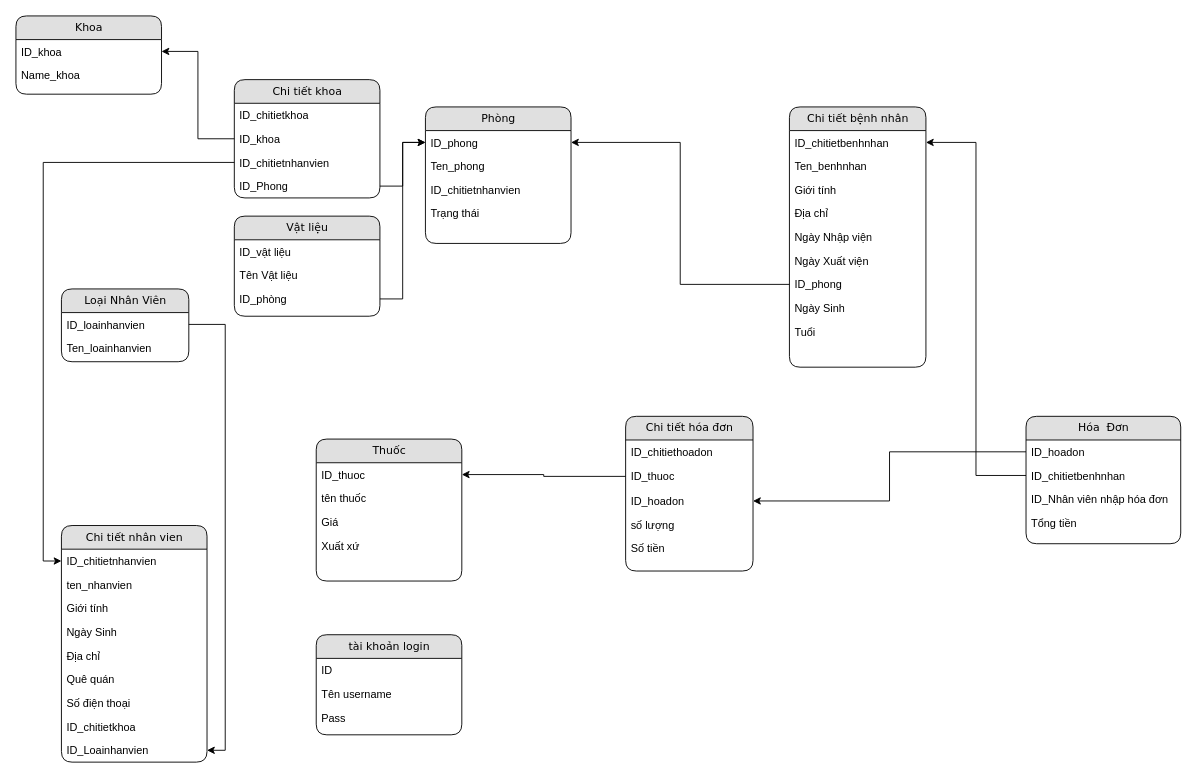
Above: Untitled Diagram.drawio in lethanhdat12/hospitalManager (draw.io), before the change. Source tidied: cells renumbered, new cells numbered last; positions are measured from the earlier drawing's top-left corner, leaving out a move shared by most shapes. Both pictures are drawn from the tidied source at 91%, with x=0, y=0 at pixel (15, 15).
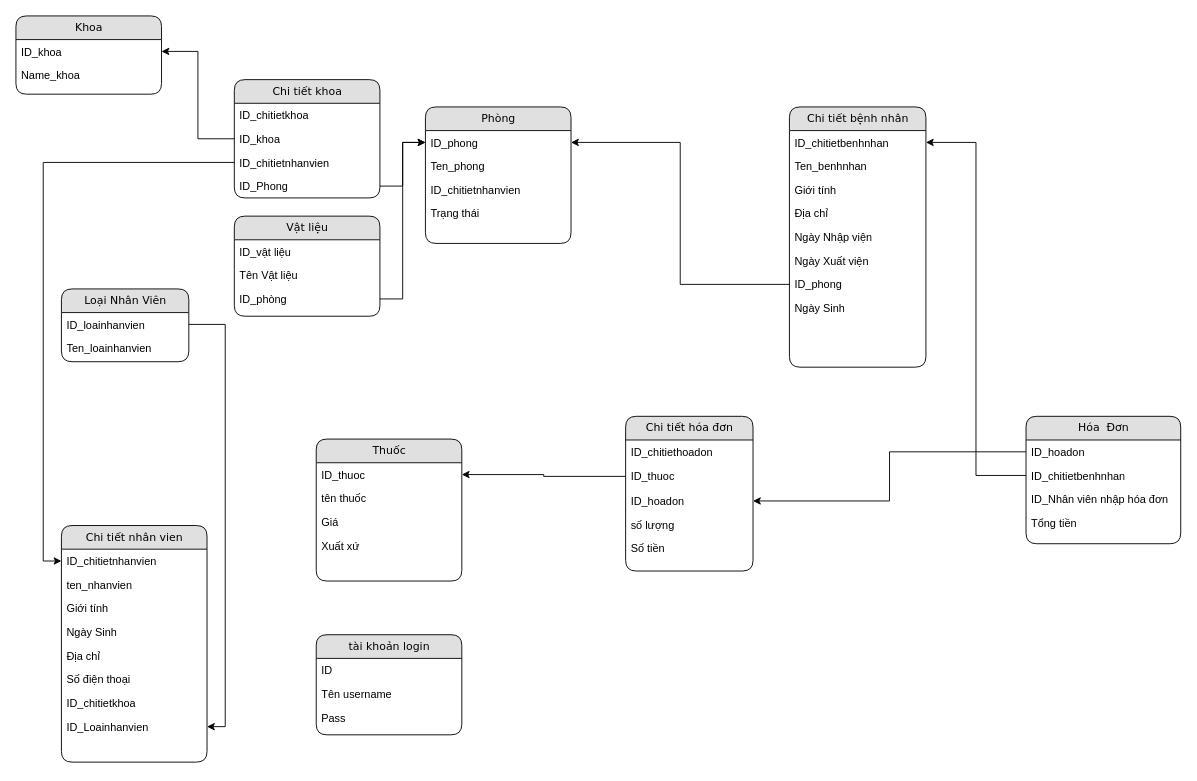
After the change.

Unchanged cells that the change refers to:
```xml
<mxCell id="15" value="Chi tiết nhân vien" style="swimlane;html=1;fontStyle=0;horizontal=1;startSize=26;fillColor=#e0e0e0;swimlaneFillColor=#ffffff;align=center;rounded=1;shadow=0;comic=0;labelBackgroundColor=none;strokeWidth=1;fontFamily=Verdana;fontSize=12;" parent="1" vertex="1">
  <mxGeometry x="50" y="560" width="160" height="260" as="geometry" />
</mxCell>
<mxCell id="59" value="Chi tiết bệnh nhân" style="swimlane;html=1;fontStyle=0;horizontal=1;startSize=26;fillColor=#e0e0e0;swimlaneFillColor=#ffffff;align=center;rounded=1;shadow=0;comic=0;labelBackgroundColor=none;strokeWidth=1;fontFamily=Verdana;fontSize=12;" parent="1" vertex="1">
  <mxGeometry x="850" y="100" width="150" height="286" as="geometry" />
</mxCell>
```

Change to the diagram source:
```diff
@@
-    <mxCell id="21" value="Quê quán" style="text;html=1;strokeColor=none;fillColor=none;spacingLeft=4;spacingRight=4;whiteSpace=wrap;overflow=hidden;" parent="15" vertex="1">
-      <mxGeometry y="156" width="160" height="26" as="geometry" />
-    </mxCell>
     <mxCell id="22" value="Số điện thoại" style="text;html=1;strokeColor=none;fillColor=none;spacingLeft=4;spacingRight=4;whiteSpace=wrap;overflow=hidden;" parent="15" vertex="1">
-      <mxGeometry y="182" width="160" height="26" as="geometry" />
+      <mxGeometry y="156" width="160" height="26" as="geometry" />
     </mxCell>
     <mxCell id="23" value="ID_chitietkhoa" style="text;html=1;strokeColor=none;fillColor=none;spacingLeft=4;spacingRight=4;whiteSpace=wrap;overflow=hidden;" parent="15" vertex="1">
-      <mxGeometry y="208" width="160" height="26" as="geometry" />
+      <mxGeometry y="182" width="160" height="26" as="geometry" />
     </mxCell>
     <mxCell id="24" value="ID_Loainhanvien" style="text;html=1;strokeColor=none;fillColor=none;spacingLeft=4;spacingRight=4;whiteSpace=wrap;overflow=hidden;points=[[0,0.5],[1,0.5]];portConstraint=eastwest;" parent="15" vertex="1">
-      <mxGeometry y="234" width="160" height="26" as="geometry" />
+      <mxGeometry y="208" width="160" height="26" as="geometry" />
     </mxCell>
@@
-    <mxCell id="68" value="Tuổi" style="text;html=1;strokeColor=none;fillColor=none;spacingLeft=4;spacingRight=4;whiteSpace=wrap;overflow=hidden;" parent="59" vertex="1">
-      <mxGeometry y="234" width="150" height="26" as="geometry" />
-    </mxCell>
```
